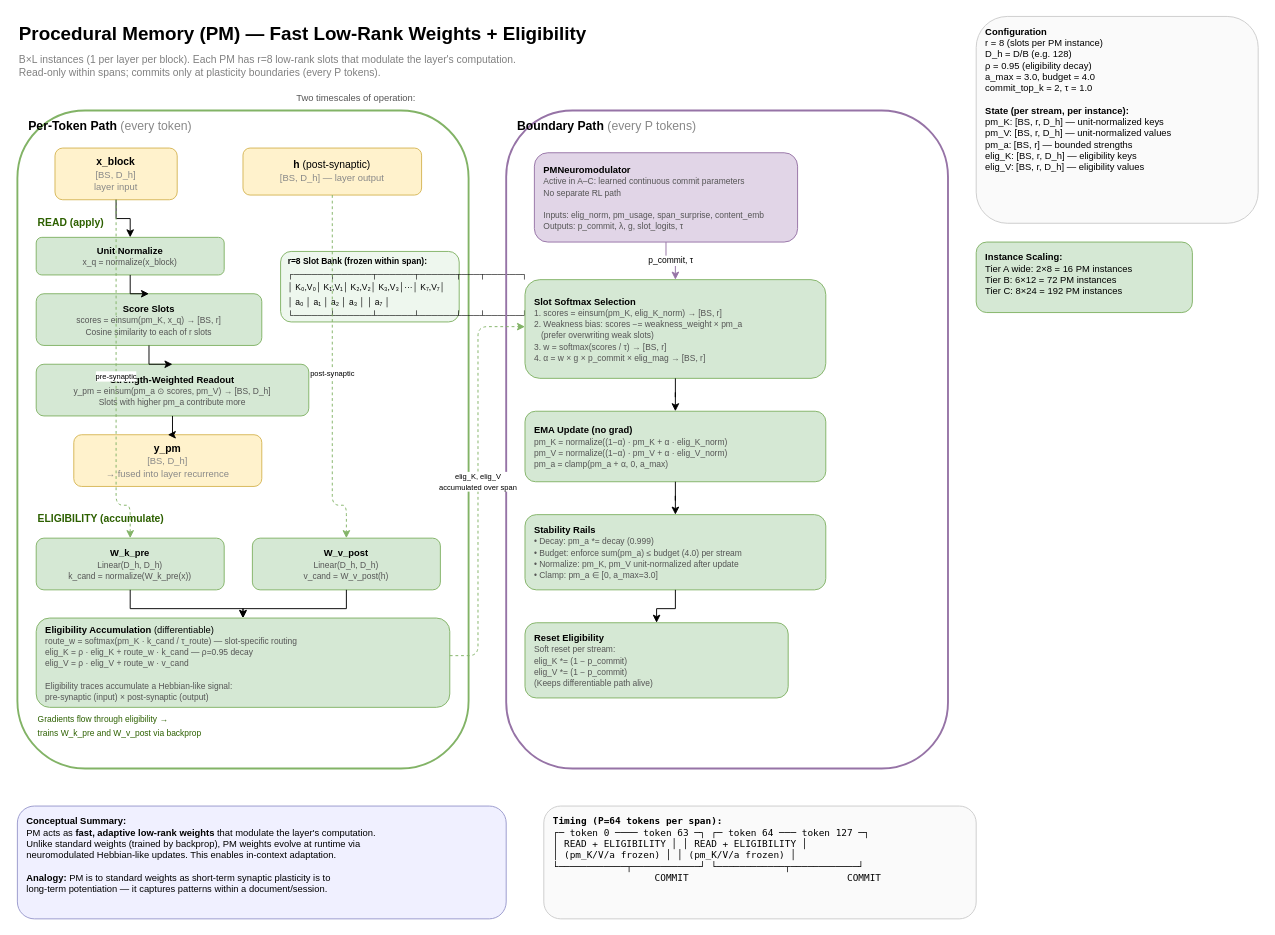
The draw.io diagram docs/diagrams/procedural_memory.drawio in alxdofficial/neuromorphic, before the edit. Source tidied: cells renumbered, new cells numbered last; positions are measured from the earlier drawing's top-left corner, leaving out a move shared by most shapes. Both pictures are drawn from the tidied source at 94%, with x=0, y=0 at pixel (17, 16).
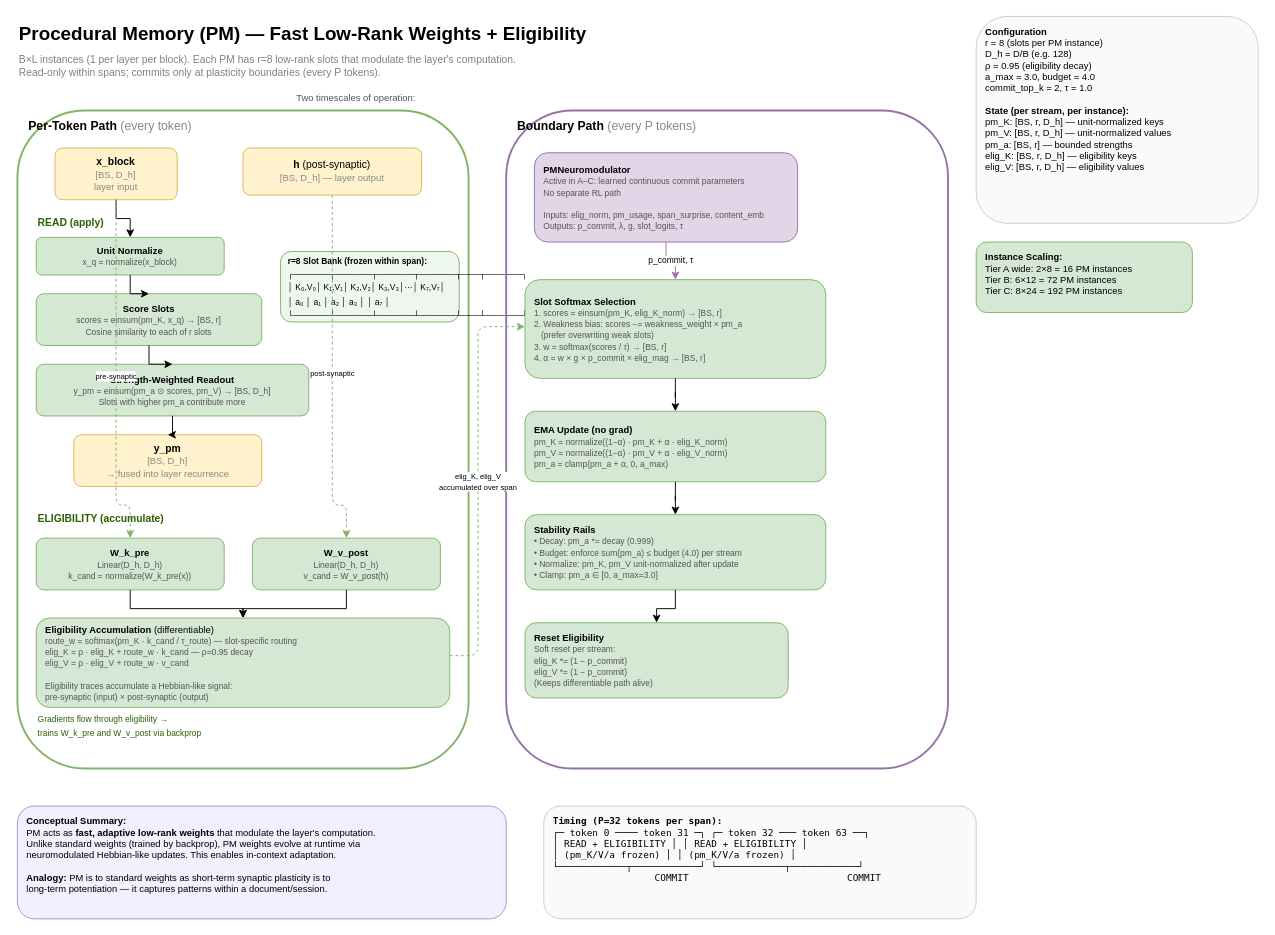
Above is the later version.

Commit message (it also covers changes not shown here):
Reduce plasticity span P from 64 to 32 tokens

Change to the diagram source:
```diff
@@
-    <mxCell id="43" value="&lt;font style=&quot;font-size: 10px;&quot;&gt;&lt;b&gt;Timing (P=64 tokens per span):&lt;/b&gt;&lt;br&gt;┌─ token 0 ──── token 63 ─┐ ┌─ token 64 ─── token 127 ─┐&lt;br&gt;│ READ + ELIGIBILITY │ │ READ + ELIGIBILITY │&lt;br&gt;│ (pm_K/V/a frozen) │ │ (pm_K/V/a frozen) │&lt;br&gt;└────────────┬────────────┘ └────────────┬────────────┘&lt;br&gt;&amp;nbsp;&amp;nbsp;&amp;nbsp;&amp;nbsp;&amp;nbsp;&amp;nbsp;&amp;nbsp;&amp;nbsp;&amp;nbsp;&amp;nbsp;&amp;nbsp;&amp;nbsp;&amp;nbsp;&amp;nbsp;&amp;nbsp;&amp;nbsp;&amp;nbsp;&amp;nbsp;COMMIT&amp;nbsp;&amp;nbsp;&amp;nbsp;&amp;nbsp;&amp;nbsp;&amp;nbsp;&amp;nbsp;&amp;nbsp;&amp;nbsp;&amp;nbsp;&amp;nbsp;&amp;nbsp;&amp;nbsp;&amp;nbsp;&amp;nbsp;&amp;nbsp;&amp;nbsp;&amp;nbsp;&amp;nbsp;&amp;nbsp;&amp;nbsp;&amp;nbsp;&amp;nbsp;&amp;nbsp;&amp;nbsp;&amp;nbsp;&amp;nbsp;&amp;nbsp;COMMIT&lt;/font&gt;" style="rounded=1;whiteSpace=wrap;html=1;fillColor=#fafafa;strokeColor=#cccccc;fontSize=10;align=left;verticalAlign=top;spacingLeft=8;spacingTop=4;fontFamily=monospace;" parent="1" vertex="1">
+    <mxCell id="43" value="&lt;font style=&quot;font-size: 10px;&quot;&gt;&lt;b&gt;Timing (P=32 tokens per span):&lt;/b&gt;&lt;br&gt;┌─ token 0 ──── token 31 ─┐ ┌─ token 32 ─── token 63 ──┐&lt;br&gt;│ READ + ELIGIBILITY │ │ READ + ELIGIBILITY │&lt;br&gt;│ (pm_K/V/a frozen) │ │ (pm_K/V/a frozen) │&lt;br&gt;└────────────┬────────────┘ └────────────┬────────────┘&lt;br&gt;&amp;nbsp;&amp;nbsp;&amp;nbsp;&amp;nbsp;&amp;nbsp;&amp;nbsp;&amp;nbsp;&amp;nbsp;&amp;nbsp;&amp;nbsp;&amp;nbsp;&amp;nbsp;&amp;nbsp;&amp;nbsp;&amp;nbsp;&amp;nbsp;&amp;nbsp;&amp;nbsp;COMMIT&amp;nbsp;&amp;nbsp;&amp;nbsp;&amp;nbsp;&amp;nbsp;&amp;nbsp;&amp;nbsp;&amp;nbsp;&amp;nbsp;&amp;nbsp;&amp;nbsp;&amp;nbsp;&amp;nbsp;&amp;nbsp;&amp;nbsp;&amp;nbsp;&amp;nbsp;&amp;nbsp;&amp;nbsp;&amp;nbsp;&amp;nbsp;&amp;nbsp;&amp;nbsp;&amp;nbsp;&amp;nbsp;&amp;nbsp;&amp;nbsp;&amp;nbsp;COMMIT&lt;/font&gt;" style="rounded=1;whiteSpace=wrap;html=1;fillColor=#fafafa;strokeColor=#cccccc;fontSize=10;align=left;verticalAlign=top;spacingLeft=8;spacingTop=4;fontFamily=monospace;" parent="1" vertex="1">
       <mxGeometry x="560" y="840" width="460" height="120" as="geometry" />
     </mxCell>
```
